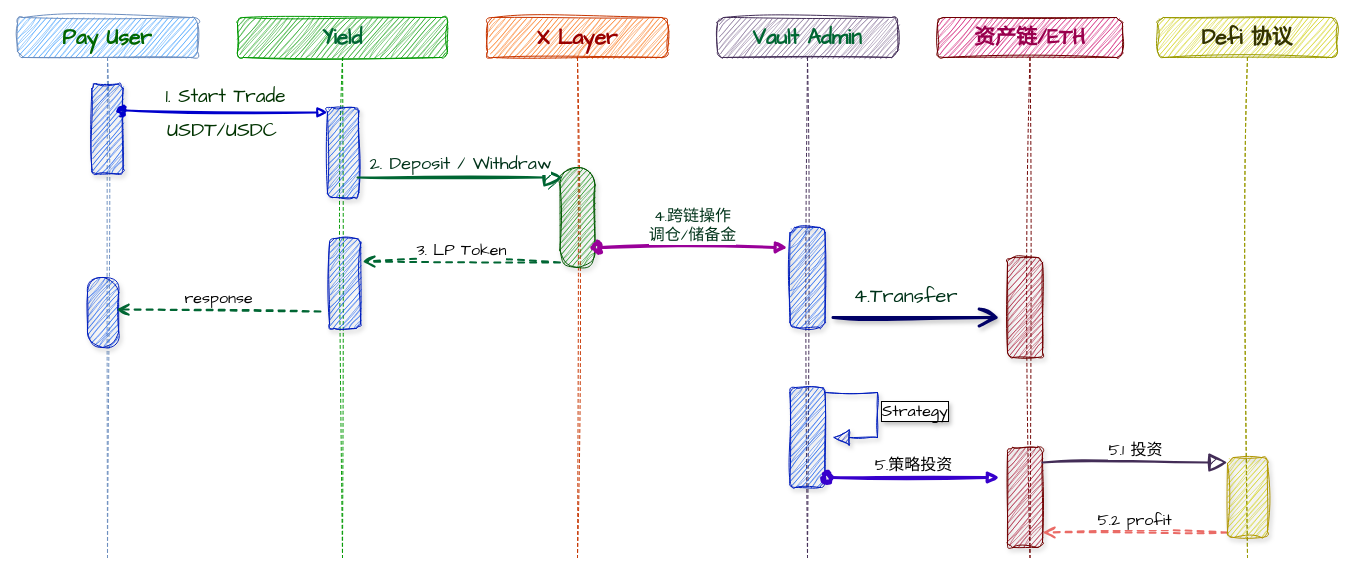
This is 自研vault-基本流程.drawio from z7658329/my-utils, a draw.io file, before an edit. Source tidied: cells renumbered, new cells numbered last; positions are measured from the earlier drawing's top-left corner, leaving out a move shared by most shapes. Both pictures are drawn from the tidied source at 100%, with x=0, y=0 at pixel (17, 17).
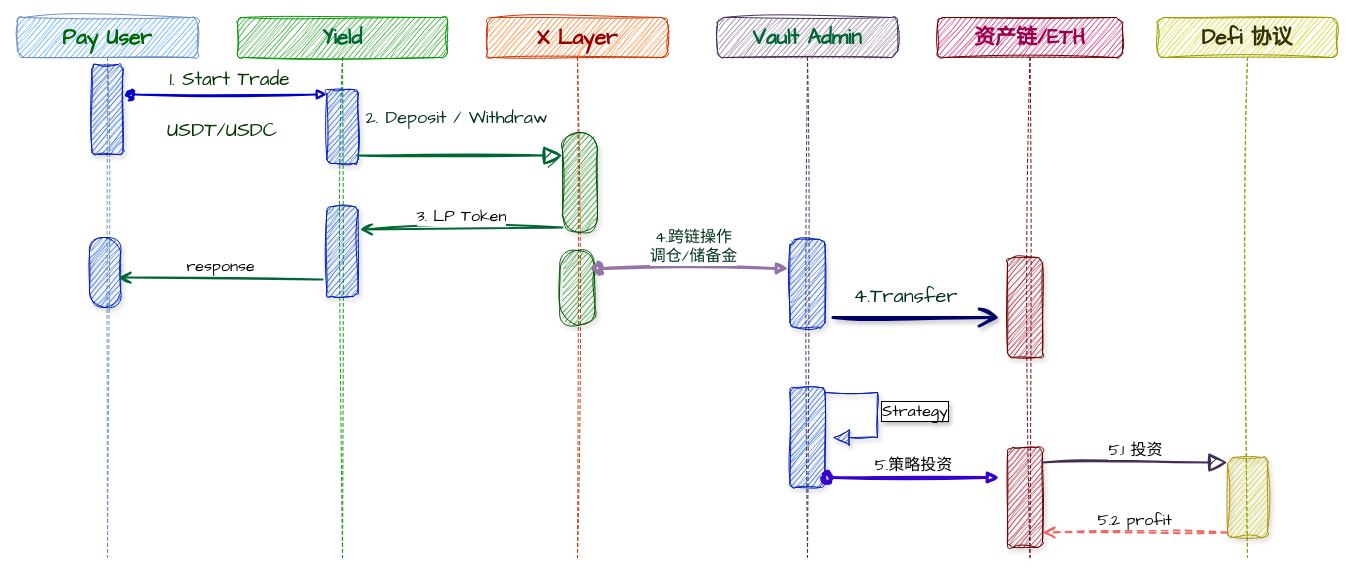
Above is the later version.

Commit message:
更新自研vault-基本流程.drawio

The change refers to these unchanged cells:
```xml
<mxCell id="2" value="&lt;font style=&quot;color: rgb(0, 102, 0);&quot;&gt;Pay User&lt;/font&gt;" style="shape=umlLifeline;perimeter=lifelinePerimeter;whiteSpace=wrap;html=1;newEdgeStyle={&quot;curved&quot;:0,&quot;rounded&quot;:0};fontFamily=Comic Sans MS;sketch=1;curveFitting=1;jiggle=2;rounded=1;fillColor=#3399FF;strokeColor=#6c8ebf;fontSize=21;fontStyle=1;" parent="1" vertex="1">
  <mxGeometry width="180" height="540" as="geometry" />
</mxCell>
<mxCell id="5" value="&lt;font style=&quot;color: rgb(0, 102, 51);&quot;&gt;Yield&lt;/font&gt;" style="shape=umlLifeline;perimeter=lifelinePerimeter;whiteSpace=wrap;html=1;newEdgeStyle={&quot;curved&quot;:0,&quot;rounded&quot;:0};fontFamily=Comic Sans MS;sketch=1;curveFitting=1;jiggle=2;rounded=1;fillColor=#009900;strokeColor=#009900;fontSize=21;fontStyle=1;" parent="1" vertex="1">
  <mxGeometry x="220" width="210" height="540" as="geometry" />
</mxCell>
<mxCell id="9" value="&lt;font style=&quot;color: rgb(153, 0, 0);&quot;&gt;X Layer&lt;/font&gt;" style="shape=umlLifeline;perimeter=lifelinePerimeter;whiteSpace=wrap;html=1;newEdgeStyle={&quot;curved&quot;:0,&quot;rounded&quot;:0};fontFamily=Comic Sans MS;sketch=1;curveFitting=1;jiggle=2;rounded=1;fillColor=#fa6800;strokeColor=#C73500;fontSize=21;fontStyle=1;fontColor=#000000;" parent="1" vertex="1">
  <mxGeometry x="470" width="180" height="540" as="geometry" />
</mxCell>
<mxCell id="13" value="&lt;font style=&quot;color: rgb(0, 102, 51);&quot;&gt;Vault Admin&lt;/font&gt;" style="shape=umlLifeline;perimeter=lifelinePerimeter;whiteSpace=wrap;html=1;newEdgeStyle={&quot;curved&quot;:0,&quot;rounded&quot;:0};fontFamily=Comic Sans MS;sketch=1;curveFitting=1;jiggle=2;rounded=1;fillColor=#76608a;strokeColor=#432D57;fontSize=21;fontStyle=1;fontColor=#ffffff;" parent="1" vertex="1">
  <mxGeometry x="700" width="180" height="540" as="geometry" />
</mxCell>
```

Diff of the diagram source:
```diff
@@
     <mxCell id="3" style="html=1;points=[[0,0,0,0,5],[0,1,0,0,-5],[1,0,0,0,5],[1,1,0,0,-5]];perimeter=orthogonalPerimeter;outlineConnect=0;targetShapes=umlLifeline;portConstraint=eastwest;newEdgeStyle={&quot;curved&quot;:0,&quot;rounded&quot;:0};fontFamily=Architects Daughter;fillColor=#0050ef;strokeColor=#001DBC;fontColor=#ffffff;sketch=1;curveFitting=1;jiggle=2;rounded=1;shadow=1;" parent="2" vertex="1">
-      <mxGeometry x="74.4" y="66.5" width="31.2" height="90" as="geometry" />
+      <mxGeometry x="74.4" y="47" width="31.2" height="90" as="geometry" />
     </mxCell>
     <mxCell id="4" style="html=1;perimeter=orthogonalPerimeter;targetShapes=umlLifeline;newEdgeStyle={&quot;curved&quot;:0,&quot;rounded&quot;:0};fontFamily=Architects Daughter;fillColor=#0050ef;strokeColor=#001DBC;fontColor=#ffffff;sketch=1;curveFitting=1;jiggle=2;rounded=1;shadow=1;arcSize=49;" parent="2" vertex="1">
-      <mxGeometry x="70" y="260" width="31.2" height="70" as="geometry" />
+      <mxGeometry x="72" y="220" width="31.2" height="70" as="geometry" />
     </mxCell>
@@
     <mxCell id="6" style="html=1;points=[[0,0,0,0,5],[0,1,0,0,-5],[1,0,0,0,5],[1,1,0,0,-5]];perimeter=orthogonalPerimeter;outlineConnect=0;targetShapes=umlLifeline;portConstraint=eastwest;newEdgeStyle={&quot;curved&quot;:0,&quot;rounded&quot;:0};fontFamily=Architects Daughter;fillColor=#0050ef;strokeColor=#001DBC;fontColor=#ffffff;sketch=1;curveFitting=1;jiggle=2;rounded=1;shadow=1;" parent="5" vertex="1">
-      <mxGeometry x="90" y="90" width="31.2" height="90" as="geometry" />
+      <mxGeometry x="89.4" y="72" width="31.2" height="74" as="geometry" />
     </mxCell>
     <mxCell id="7" style="html=1;points=[[0,0,0,0,5],[0,1,0,0,-5],[1,0,0,0,5],[1,1,0,0,-5]];perimeter=orthogonalPerimeter;outlineConnect=0;targetShapes=umlLifeline;portConstraint=eastwest;newEdgeStyle={&quot;curved&quot;:0,&quot;rounded&quot;:0};fontFamily=Architects Daughter;fillColor=#0050ef;strokeColor=#001DBC;fontColor=#ffffff;sketch=1;curveFitting=1;jiggle=2;rounded=1;shadow=1;" parent="5" vertex="1">
-      <mxGeometry x="92" y="221" width="31.2" height="90" as="geometry" />
+      <mxGeometry x="89.4" y="189" width="31.2" height="90" as="geometry" />
     </mxCell>
-    <mxCell id="8" value="&lt;font style=&quot;font-size: 19px; color: rgb(0, 51, 0);&quot;&gt;1. Start Trade&lt;/font&gt;" style="html=1;verticalAlign=bottom;startArrow=oval;endArrow=block;startSize=8;curved=0;rounded=0;entryX=0;entryY=0;entryDx=0;entryDy=5;fontFamily=Architects Daughter;fontSize=16;sourcePerimeterSpacing=8;targetPerimeterSpacing=8;strokeColor=#0000CC;strokeWidth=2;sketch=1;curveFitting=1;jiggle=2;" parent="1" edge="1" target="6">
-      <mxGeometry relative="1" as="geometry">
-        <mxPoint x="105" y="93" as="sourcePoint" />
-      </mxGeometry>
+    <mxCell id="8" value="&lt;font style=&quot;font-size: 19px; color: rgb(0, 51, 0);&quot;&gt;1. Start Trade&lt;/font&gt;" style="html=1;verticalAlign=bottom;startArrow=oval;endArrow=block;startSize=8;curved=0;rounded=0;entryX=0;entryY=0;entryDx=0;entryDy=5;fontFamily=Architects Daughter;fontSize=16;sourcePerimeterSpacing=8;targetPerimeterSpacing=8;strokeColor=#0000CC;strokeWidth=2;sketch=1;curveFitting=1;jiggle=2;" parent="1" edge="1" source="3" target="6">
+      <mxGeometry relative="1" as="geometry" />
     </mxCell>
@@
     <mxCell id="10" style="html=1;points=[[0,0,0,0,5],[0,1,0,0,-5],[1,0,0,0,5],[1,1,0,0,-5]];perimeter=orthogonalPerimeter;outlineConnect=0;targetShapes=umlLifeline;portConstraint=eastwest;newEdgeStyle={&quot;curved&quot;:0,&quot;rounded&quot;:0};fontFamily=Architects Daughter;fillColor=#008a00;fontColor=#ffffff;strokeColor=#005700;sketch=1;curveFitting=1;jiggle=2;shadow=1;rounded=1;arcSize=50;labelBackgroundColor=none;textShadow=1;glass=0;" parent="9" vertex="1">
-      <mxGeometry x="72.5" y="150" width="35" height="100" as="geometry" />
+      <mxGeometry x="75" y="115" width="35" height="100" as="geometry" />
     </mxCell>
+    <mxCell id="30" style="html=1;perimeter=orthogonalPerimeter;targetShapes=umlLifeline;newEdgeStyle={&quot;curved&quot;:0,&quot;rounded&quot;:0};fontFamily=Architects Daughter;fillColor=#008a00;fontColor=#ffffff;strokeColor=#005700;sketch=1;curveFitting=1;jiggle=2;shadow=1;rounded=1;arcSize=50;labelBackgroundColor=none;textShadow=1;glass=0;" parent="9" vertex="1">
+      <mxGeometry x="72.5" y="233" width="35" height="75" as="geometry" />
+    </mxCell>
     <mxCell id="11" value="&lt;font style=&quot;font-size: 18px; color: rgb(0, 51, 26);&quot;&gt;2. Deposit / Withdraw&lt;/font&gt;" style="html=1;verticalAlign=bottom;endArrow=block;curved=0;rounded=0;entryX=0;entryY=0;entryDx=0;entryDy=5;fontFamily=Architects Daughter;fontSize=16;startSize=14;endSize=14;sourcePerimeterSpacing=8;targetPerimeterSpacing=8;strokeColor=#006633;strokeWidth=2;sketch=1;curveFitting=1;jiggle=2;shadow=0;" parent="1" edge="1">
-      <mxGeometry relative="1" as="geometry">
-        <mxPoint x="340" y="160" as="sourcePoint" />
-        <mxPoint x="545" y="160" as="targetPoint" />
+      <mxGeometry x="-0.03" y="24" relative="1" as="geometry">
+        <mxPoint x="340" y="138" as="sourcePoint" />
+        <mxPoint x="545" y="138" as="targetPoint" />
       </mxGeometry>
     </mxCell>
-    <mxCell id="12" value="3. LP Token" style="html=1;verticalAlign=bottom;endArrow=open;dashed=1;endSize=8;curved=0;rounded=1;exitX=0;exitY=1;exitDx=0;exitDy=-5;fontFamily=Architects Daughter;fontSize=16;sourcePerimeterSpacing=8;targetPerimeterSpacing=8;strokeColor=#006633;strokeWidth=2;sketch=1;curveFitting=1;jiggle=2;entryX=1.056;entryY=0.256;entryDx=0;entryDy=0;entryPerimeter=0;" parent="1" edge="1" source="10" target="7">
+    <mxCell id="12" value="3. LP Token" style="html=1;verticalAlign=bottom;endArrow=open;endSize=8;curved=0;rounded=1;exitX=0;exitY=1;exitDx=0;exitDy=-5;fontFamily=Architects Daughter;fontSize=16;sourcePerimeterSpacing=8;targetPerimeterSpacing=8;strokeColor=#006633;strokeWidth=2;sketch=1;curveFitting=1;jiggle=2;entryX=1.056;entryY=0.256;entryDx=0;entryDy=0;entryPerimeter=0;" parent="1" edge="1" source="10" target="7">
       <mxGeometry relative="1" as="geometry" />
     </mxCell>
@@
     <mxCell id="14" style="html=1;perimeter=orthogonalPerimeter;targetShapes=umlLifeline;newEdgeStyle={&quot;curved&quot;:0,&quot;rounded&quot;:0};fontFamily=Architects Daughter;fillColor=#0050ef;fontColor=#ffffff;strokeColor=#001DBC;sketch=1;curveFitting=1;jiggle=2;shadow=1;rounded=1;" parent="13" vertex="1">
-      <mxGeometry x="72.5" y="210" width="35" height="100" as="geometry" />
+      <mxGeometry x="72.5" y="222" width="35" height="88" as="geometry" />
     </mxCell>
@@
-    <mxCell id="23" value="&lt;font style=&quot;color: rgb(0, 51, 26);&quot; face=&quot;Comic Sans MS&quot;&gt;4.跨链操作&lt;/font&gt;&lt;div&gt;&lt;font style=&quot;color: rgb(0, 51, 26);&quot; face=&quot;Comic Sans MS&quot;&gt;调仓/储备金&lt;/font&gt;&lt;/div&gt;" style="html=1;verticalAlign=bottom;startArrow=oval;endArrow=block;startSize=8;curved=0;rounded=0;fontFamily=Architects Daughter;fontSize=16;sourcePerimeterSpacing=8;targetPerimeterSpacing=8;strokeColor=#990099;strokeWidth=3;sketch=1;curveFitting=1;jiggle=2;fillColor=#d80073;" parent="1" edge="1">
+    <mxCell id="23" value="&lt;font style=&quot;color: rgb(0, 51, 26);&quot; face=&quot;Comic Sans MS&quot;&gt;4.跨链操作&lt;/font&gt;&lt;div&gt;&lt;font style=&quot;color: rgb(0, 51, 26);&quot; face=&quot;Comic Sans MS&quot;&gt;调仓/储备金&lt;/font&gt;&lt;/div&gt;" style="html=1;verticalAlign=bottom;startArrow=oval;endArrow=block;startSize=8;curved=0;rounded=0;fontFamily=Architects Daughter;fontSize=16;sourcePerimeterSpacing=8;targetPerimeterSpacing=8;strokeColor=#9673a6;strokeWidth=3;sketch=1;curveFitting=1;jiggle=2;fillColor=#e1d5e7;" parent="1" edge="1">
       <mxGeometry relative="1" as="geometry">
-        <mxPoint x="580" y="230" as="sourcePoint" />
-        <mxPoint x="770" y="230" as="targetPoint" />
+        <mxPoint x="581" y="251" as="sourcePoint" />
+        <mxPoint x="771" y="251" as="targetPoint" />
       </mxGeometry>
     </mxCell>
@@
-    <mxCell id="29" value="response" style="html=1;verticalAlign=bottom;endArrow=open;dashed=1;endSize=8;curved=0;rounded=1;exitX=0;exitY=1;exitDx=0;exitDy=-5;fontFamily=Architects Daughter;fontSize=16;sourcePerimeterSpacing=8;targetPerimeterSpacing=8;strokeColor=#006633;strokeWidth=2;sketch=1;curveFitting=1;jiggle=2;entryX=1.056;entryY=0.256;entryDx=0;entryDy=0;entryPerimeter=0;" parent="1" edge="1">
+    <mxCell id="29" value="response" style="html=1;verticalAlign=bottom;endArrow=open;endSize=8;curved=0;rounded=1;exitX=0;exitY=1;exitDx=0;exitDy=-5;fontFamily=Architects Daughter;fontSize=16;sourcePerimeterSpacing=8;targetPerimeterSpacing=8;strokeColor=#006633;strokeWidth=2;sketch=1;curveFitting=1;jiggle=2;entryX=1.056;entryY=0.256;entryDx=0;entryDy=0;entryPerimeter=0;" parent="1" edge="1">
       <mxGeometry relative="1" as="geometry">
-        <mxPoint x="303" y="294" as="sourcePoint" />
-        <mxPoint x="99" y="292" as="targetPoint" />
+        <mxPoint x="305" y="262" as="sourcePoint" />
+        <mxPoint x="101" y="260" as="targetPoint" />
       </mxGeometry>
     </mxCell>
```
